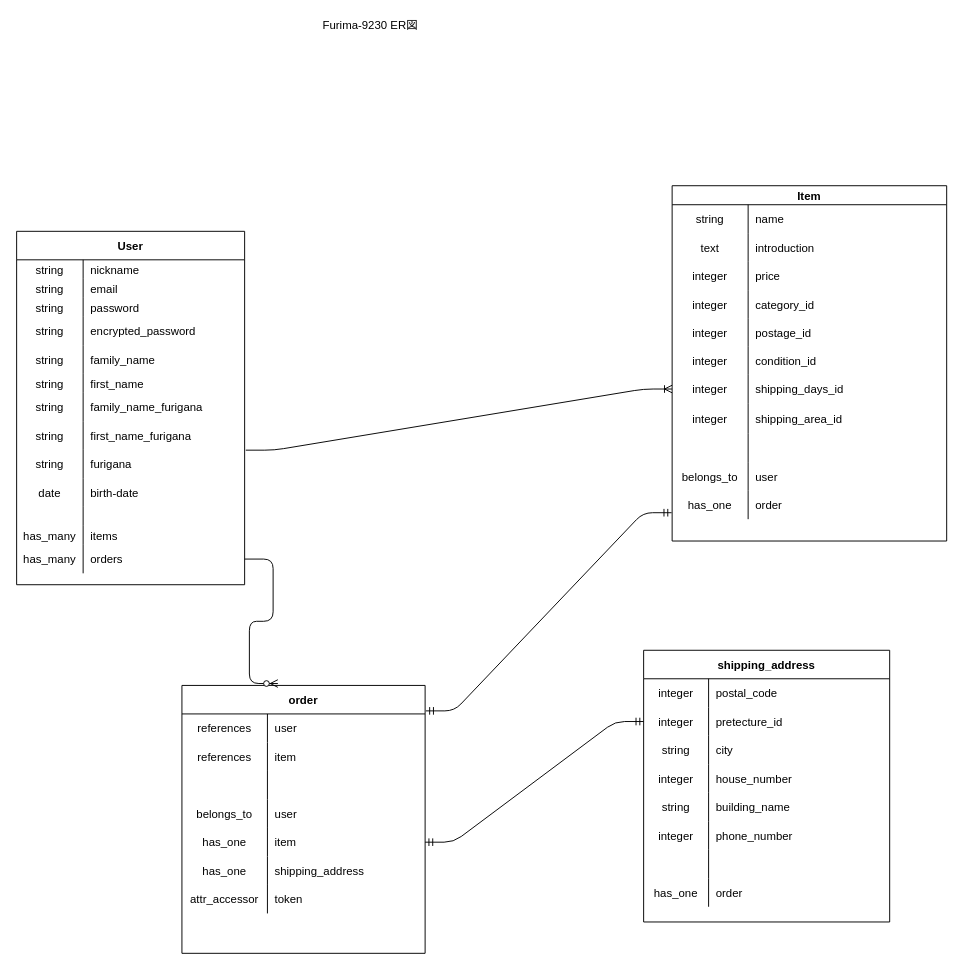
Above: test.dio in makuto114/furima-9230 (draw.io), before the change. Source tidied: cells renumbered, new cells numbered last; positions are measured from the earlier drawing's top-left corner, leaving out a move shared by most shapes. Both pictures are drawn from the tidied source at 95%, with x=0, y=0 at pixel (16, 16).
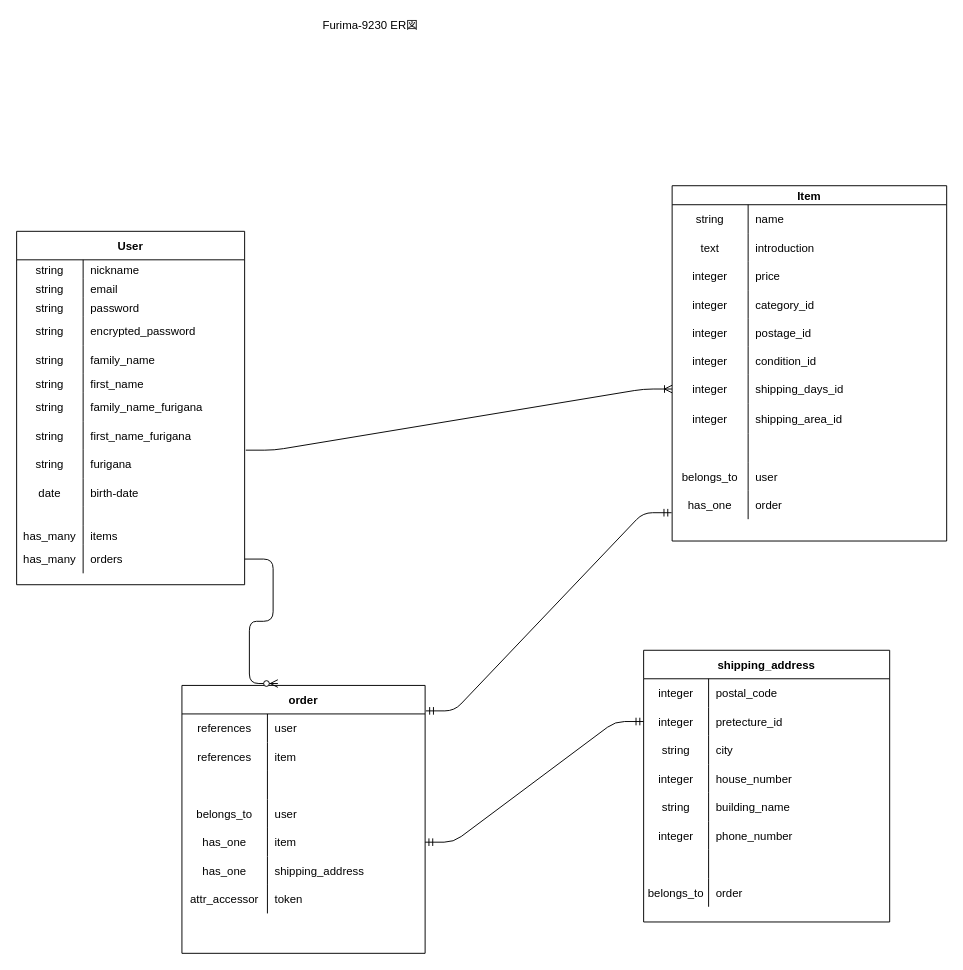
Above is the later version.

Commit message (it also covers changes not shown here):
ER図・README　修正３回目

Unchanged cells that the change refers to:
```xml
<mxCell id="123" style="shape=partialRectangle;fillColor=none;top=0;left=0;bottom=0;right=0;" parent="101" vertex="1">
  <mxGeometry y="240" width="259" height="30" as="geometry" />
</mxCell>
```

What changed in the source:
```diff
@@
-    <mxCell id="124" value="has_one" style="shape=partialRectangle;fillColor=none;top=0;left=0;bottom=0;right=0;overflow=hidden;" parent="123" vertex="1">
+    <mxCell id="124" value="belongs_to" style="shape=partialRectangle;fillColor=none;top=0;left=0;bottom=0;right=0;overflow=hidden;" parent="123" vertex="1">
       <mxGeometry width="68.4" height="30" as="geometry" />
     </mxCell>
```
